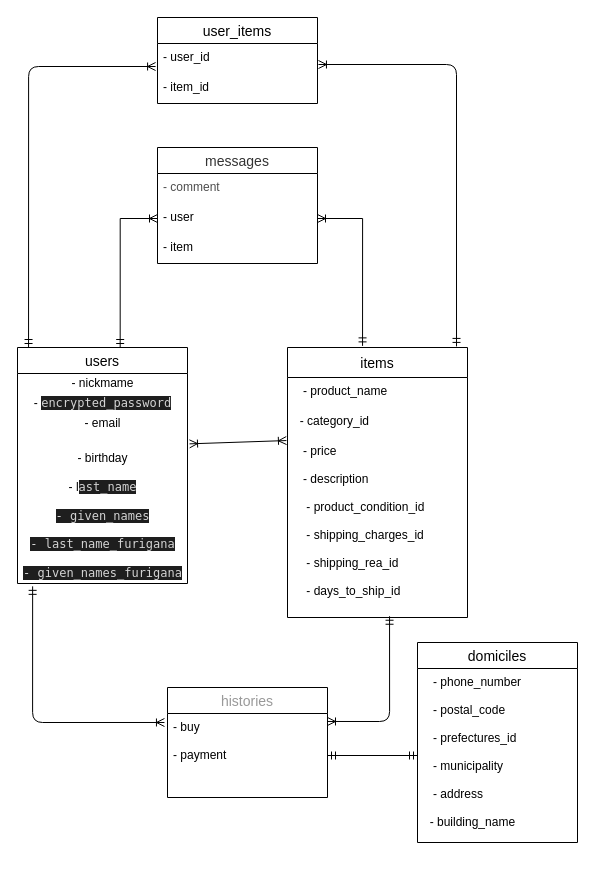
kood-kood/furima-34573 keeps this draw.io diagram as furima.dio. Above is the earlier version. Source tidied: cells renumbered, new cells numbered last; positions are measured from the earlier drawing's top-left corner, leaving out a move shared by most shapes. Both pictures are drawn from the tidied source at 100%, with x=0, y=0 at pixel (17, 17).
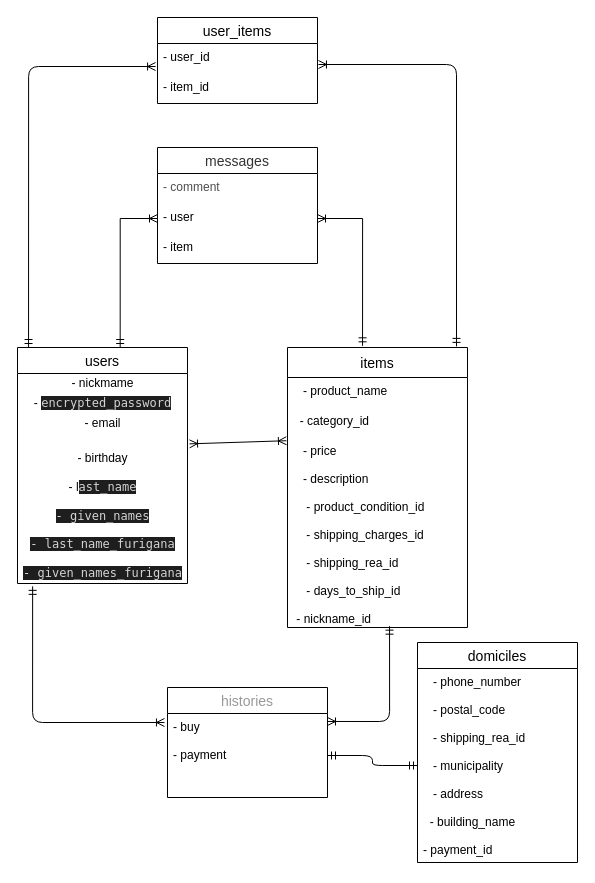
The same diagram, later.

Commit message (it also covers changes not shown here):
15回目のデータベース設計

Change to the diagram source:
```diff
@@
     <mxCell id="7" value="items" style="swimlane;fontStyle=0;horizontal=1;startSize=30;align=center;fontSize=14;" parent="1" vertex="1">
-      <mxGeometry x="270" y="330" width="180" height="270" as="geometry" />
+      <mxGeometry x="270" y="330" width="180" height="280" as="geometry" />
     </mxCell>
@@
-    <mxCell id="10" value="   - price&#10;&#10;   - description&#10;&#10;    - product_condition_id&#10;&#10;    - shipping_charges_id&#10;&#10;    - shipping_rea_id&#10;&#10;    - days_to_ship_id&#10;" style="text;strokeColor=none;fillColor=none;spacingLeft=4;spacingRight=4;overflow=hidden;points=[[0,0.5],[1,0.5]];portConstraint=eastwest;fontSize=12;" parent="7" vertex="1">
-      <mxGeometry y="90" width="180" height="180" as="geometry" />
+    <mxCell id="10" value="   - price&#10;&#10;   - description&#10;&#10;    - product_condition_id&#10;&#10;    - shipping_charges_id&#10;&#10;    - shipping_rea_id&#10;&#10;    - days_to_ship_id&#10;&#10; - nickname_id&#10;" style="text;strokeColor=none;fillColor=none;spacingLeft=4;spacingRight=4;overflow=hidden;points=[[0,0.5],[1,0.5]];portConstraint=eastwest;fontSize=12;" parent="7" vertex="1">
+      <mxGeometry y="90" width="180" height="190" as="geometry" />
     </mxCell>
@@
     <mxCell id="13" value="domiciles" style="swimlane;fontStyle=0;horizontal=1;startSize=26;align=center;fontSize=14;" parent="1" vertex="1">
-      <mxGeometry x="400" y="625" width="160" height="200" as="geometry" />
+      <mxGeometry x="400" y="625" width="160" height="220" as="geometry" />
     </mxCell>
-    <mxCell id="14" value="   - phone_number&#10;&#10;   - postal_code&#10;&#10;   - prefectures_id&#10;&#10;   - municipality&#10;&#10;   - address &#10;&#10;  - building_name" style="text;strokeColor=none;fillColor=none;spacingLeft=4;spacingRight=4;overflow=hidden;points=[[0,0.5],[1,0.5]];portConstraint=eastwest;fontSize=12;" parent="13" vertex="1">
-      <mxGeometry y="26" width="160" height="174" as="geometry" />
+    <mxCell id="14" value="   - phone_number&#10;&#10;   - postal_code&#10;&#10;   - shipping_rea_id&#10;&#10;   - municipality&#10;&#10;   - address &#10;&#10;  - building_name&#10;&#10;- payment_id" style="text;strokeColor=none;fillColor=none;spacingLeft=4;spacingRight=4;overflow=hidden;points=[[0,0.5],[1,0.5]];portConstraint=eastwest;fontSize=12;" parent="13" vertex="1">
+      <mxGeometry y="26" width="160" height="194" as="geometry" />
     </mxCell>
```
